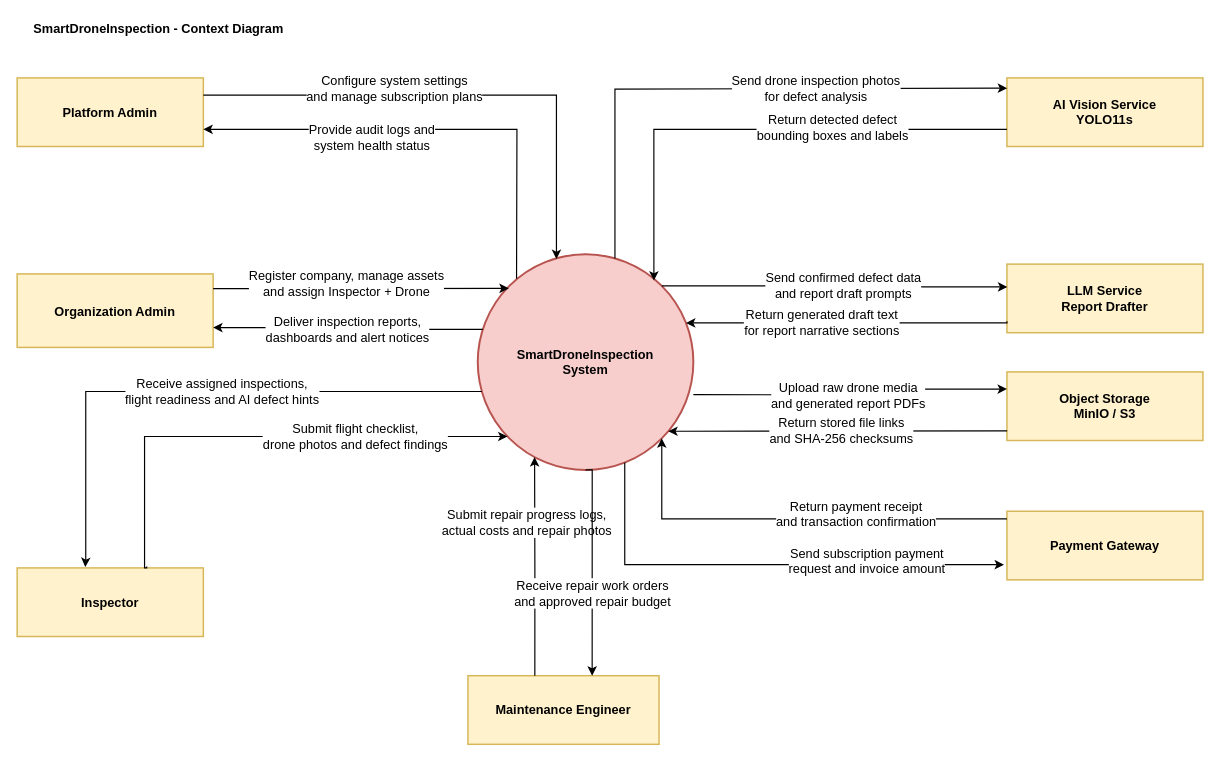
The draw.io diagram page "context diagram" (4 of 8) of diagrams/smartdrone-use-cases.drawio in tungbach12/SmartDroneInspection-Docs, before the edit. Source tidied: cells renumbered, new cells numbered last; positions are measured from the earlier drawing's top-left corner, leaving out a move shared by most shapes. Both pictures are drawn from the tidied source at 98%, with x=0, y=0 at pixel (17, 17).
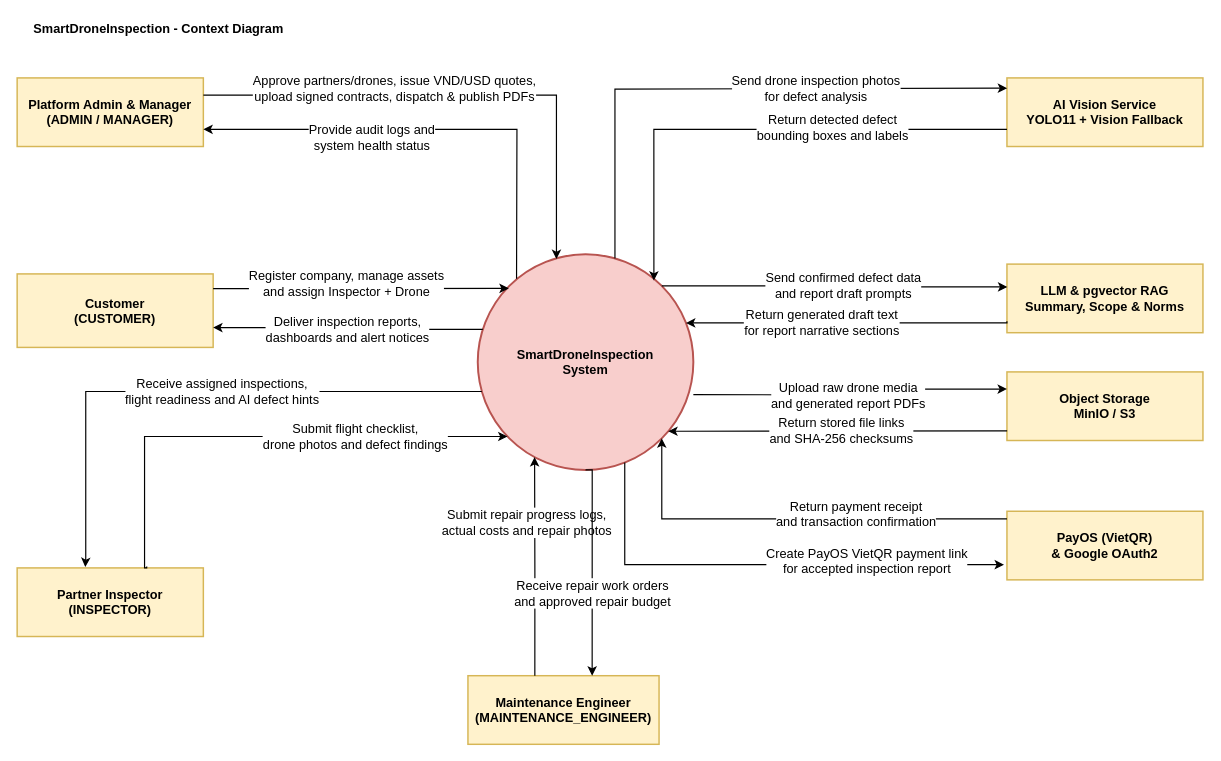
The same page after the edit.

Unchanged cells that the change refers to:
```xml
<mxCell id="3" value="SmartDroneInspection&lt;br&gt;System" style="ellipse;whiteSpace=wrap;html=1;fillColor=#f8cecc;strokeColor=#b85450;strokeWidth=2;fontStyle=1;fontSize=13;fontFamily=Helvetica;align=center;gradientColor=none;" parent="1" vertex="1">
  <mxGeometry x="470" y="242" width="220" height="220" as="geometry" />
</mxCell>
```

The edit, as a diff of the source:
```diff
@@
-    <mxCell id="4" value="Platform Admin" style="rounded=0;whiteSpace=wrap;html=1;fillColor=#fff2cc;strokeColor=#d6b656;strokeWidth=1.5;fontStyle=1;fontSize=13;fontFamily=Helvetica;align=center;" parent="1" vertex="1">
+    <mxCell id="4" value="Platform Admin &amp;amp; Manager&lt;br&gt;(ADMIN / MANAGER)" style="rounded=0;whiteSpace=wrap;html=1;fillColor=#fff2cc;strokeColor=#d6b656;strokeWidth=1.5;fontStyle=1;fontSize=13;fontFamily=Helvetica;align=center;" parent="1" vertex="1">
       <mxGeometry y="62" width="190" height="70" as="geometry" />
     </mxCell>
-    <mxCell id="5" value="Organization Admin" style="rounded=0;whiteSpace=wrap;html=1;fillColor=#fff2cc;strokeColor=#d6b656;strokeWidth=1.5;fontStyle=1;fontSize=13;fontFamily=Helvetica;align=center;" parent="1" vertex="1">
+    <mxCell id="5" value="Customer&lt;br&gt;(CUSTOMER)" style="rounded=0;whiteSpace=wrap;html=1;fillColor=#fff2cc;strokeColor=#d6b656;strokeWidth=1.5;fontStyle=1;fontSize=13;fontFamily=Helvetica;align=center;" parent="1" vertex="1">
       <mxGeometry y="262" width="200" height="75" as="geometry" />
     </mxCell>
-    <mxCell id="6" value="Inspector" style="rounded=0;whiteSpace=wrap;html=1;fillColor=#fff2cc;strokeColor=#d6b656;strokeWidth=1.5;fontStyle=1;fontSize=13;fontFamily=Helvetica;align=center;" parent="1" vertex="1">
+    <mxCell id="6" value="Partner Inspector&lt;br&gt;(INSPECTOR)" style="rounded=0;whiteSpace=wrap;html=1;fillColor=#fff2cc;strokeColor=#d6b656;strokeWidth=1.5;fontStyle=1;fontSize=13;fontFamily=Helvetica;align=center;" parent="1" vertex="1">
       <mxGeometry y="562" width="190" height="70" as="geometry" />
     </mxCell>
-    <mxCell id="7" value="Maintenance Engineer" style="rounded=0;whiteSpace=wrap;html=1;fillColor=#fff2cc;strokeColor=#d6b656;strokeWidth=1.5;fontStyle=1;fontSize=13;fontFamily=Helvetica;align=center;" parent="1" vertex="1">
+    <mxCell id="7" value="Maintenance Engineer&lt;br&gt;(MAINTENANCE_ENGINEER)" style="rounded=0;whiteSpace=wrap;html=1;fillColor=#fff2cc;strokeColor=#d6b656;strokeWidth=1.5;fontStyle=1;fontSize=13;fontFamily=Helvetica;align=center;" parent="1" vertex="1">
       <mxGeometry x="460" y="672" width="195" height="70" as="geometry" />
     </mxCell>
-    <mxCell id="8" value="AI Vision Service&lt;br&gt;YOLO11s" style="rounded=0;whiteSpace=wrap;html=1;fillColor=#fff2cc;strokeColor=#d6b656;strokeWidth=1.5;fontStyle=1;fontSize=13;fontFamily=Helvetica;align=center;" parent="1" vertex="1">
+    <mxCell id="8" value="AI Vision Service&lt;br&gt;YOLO11 + Vision Fallback" style="rounded=0;whiteSpace=wrap;html=1;fillColor=#fff2cc;strokeColor=#d6b656;strokeWidth=1.5;fontStyle=1;fontSize=13;fontFamily=Helvetica;align=center;" parent="1" vertex="1">
       <mxGeometry x="1010" y="62" width="200" height="70" as="geometry" />
     </mxCell>
-    <mxCell id="9" value="LLM Service&lt;br&gt;Report Drafter" style="rounded=0;whiteSpace=wrap;html=1;fillColor=#fff2cc;strokeColor=#d6b656;strokeWidth=1.5;fontStyle=1;fontSize=13;fontFamily=Helvetica;align=center;" parent="1" vertex="1">
+    <mxCell id="9" value="LLM &amp;amp; pgvector RAG&lt;br&gt;Summary, Scope &amp;amp; Norms" style="rounded=0;whiteSpace=wrap;html=1;fillColor=#fff2cc;strokeColor=#d6b656;strokeWidth=1.5;fontStyle=1;fontSize=13;fontFamily=Helvetica;align=center;" parent="1" vertex="1">
       <mxGeometry x="1010" y="252" width="200" height="70" as="geometry" />
     </mxCell>
@@
-    <mxCell id="11" value="Payment Gateway" style="rounded=0;whiteSpace=wrap;html=1;fillColor=#fff2cc;strokeColor=#d6b656;strokeWidth=1.5;fontStyle=1;fontSize=13;fontFamily=Helvetica;align=center;" parent="1" vertex="1">
+    <mxCell id="11" value="PayOS (VietQR)&lt;br&gt;&amp;amp; Google OAuth2" style="rounded=0;whiteSpace=wrap;html=1;fillColor=#fff2cc;strokeColor=#d6b656;strokeWidth=1.5;fontStyle=1;fontSize=13;fontFamily=Helvetica;align=center;" parent="1" vertex="1">
       <mxGeometry x="1010" y="504.2" width="200" height="70" as="geometry" />
     </mxCell>
-    <mxCell id="12" value="Configure system settings&lt;br&gt;and manage subscription plans" style="edgeStyle=orthogonalEdgeStyle;rounded=0;jettySize=auto;html=1;strokeColor=#000000;strokeWidth=1.2;endArrow=classic;endFill=1;fontSize=13;fontColor=#000000;fontFamily=Helvetica;labelBackgroundColor=#FFFFFF;exitX=1;exitY=0.25;entryX=0.365;entryY=0.022;entryDx=0;entryDy=0;entryPerimeter=0;" parent="1" edge="1" source="4" target="3">
+    <mxCell id="12" value="Approve partners/drones, issue VND/USD quotes,&lt;br&gt;upload signed contracts, dispatch &amp;amp; publish PDFs" style="edgeStyle=orthogonalEdgeStyle;rounded=0;jettySize=auto;html=1;strokeColor=#000000;strokeWidth=1.2;endArrow=classic;endFill=1;fontSize=13;fontColor=#000000;fontFamily=Helvetica;labelBackgroundColor=#FFFFFF;exitX=1;exitY=0.25;entryX=0.365;entryY=0.022;entryDx=0;entryDy=0;entryPerimeter=0;" parent="1" edge="1" source="4" target="3">
       <mxGeometry x="-0.26" y="8" relative="1" as="geometry">
         <Array as="points">
           <mxPoint x="550.3" y="79.5" />
         </Array>
         <mxPoint y="1" as="offset" />
       </mxGeometry>
     </mxCell>
@@
-    <mxCell id="26" value="Send subscription payment&lt;br&gt;request and invoice amount" style="edgeStyle=orthogonalEdgeStyle;rounded=0;jettySize=auto;html=1;strokeColor=#000000;strokeWidth=1.2;endArrow=classic;endFill=1;fontSize=13;fontColor=#000000;fontFamily=Helvetica;labelBackgroundColor=#FFFFFF;entryX=-0.015;entryY=0.778;entryDx=0;entryDy=0;entryPerimeter=0;" parent="1" edge="1" source="3" target="11">
+    <mxCell id="26" value="Create PayOS VietQR payment link&lt;br&gt;for accepted inspection report" style="edgeStyle=orthogonalEdgeStyle;rounded=0;jettySize=auto;html=1;strokeColor=#000000;strokeWidth=1.2;endArrow=classic;endFill=1;fontSize=13;fontColor=#000000;fontFamily=Helvetica;labelBackgroundColor=#FFFFFF;entryX=-0.015;entryY=0.778;entryDx=0;entryDy=0;entryPerimeter=0;" parent="1" edge="1" source="3" target="11">
       <mxGeometry x="0.43" y="4" relative="1" as="geometry">
         <Array as="points">
           <mxPoint x="620" y="558.7" />
         </Array>
       </mxGeometry>
     </mxCell>
```
